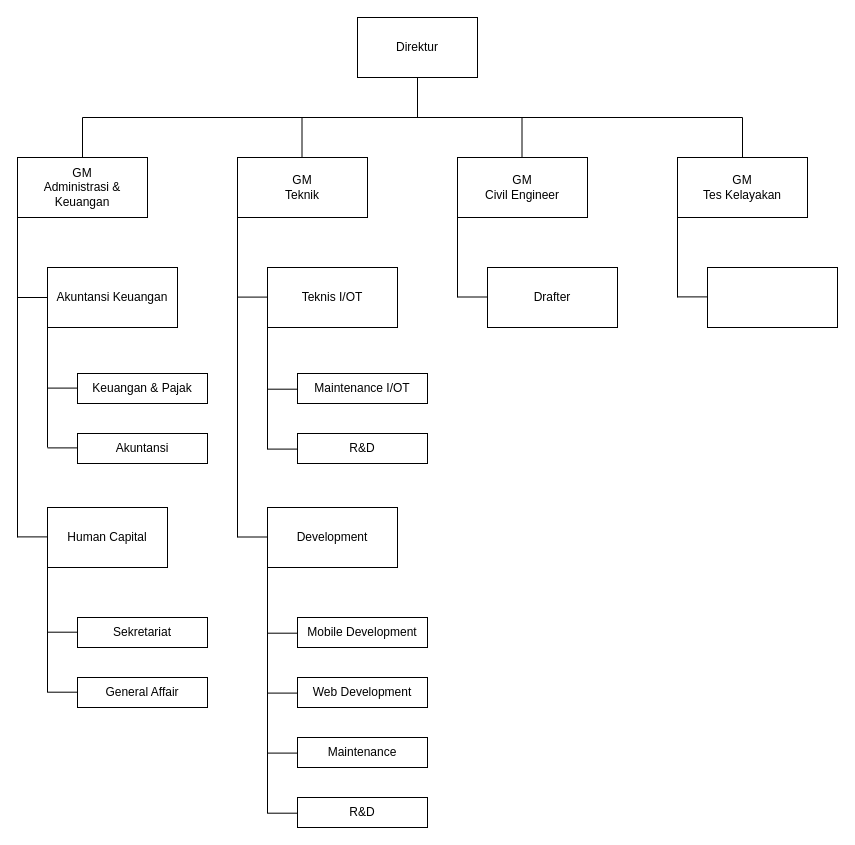
This is Untitled Dgram.drawio from farhanmz/GOLANG, a draw.io file, before an edit. Source tidied: cells renumbered, new cells numbered last; positions are measured from the earlier drawing's top-left corner, leaving out a move shared by most shapes. Both pictures are drawn from the tidied source at 100%, with x=0, y=0 at pixel (17, 17).
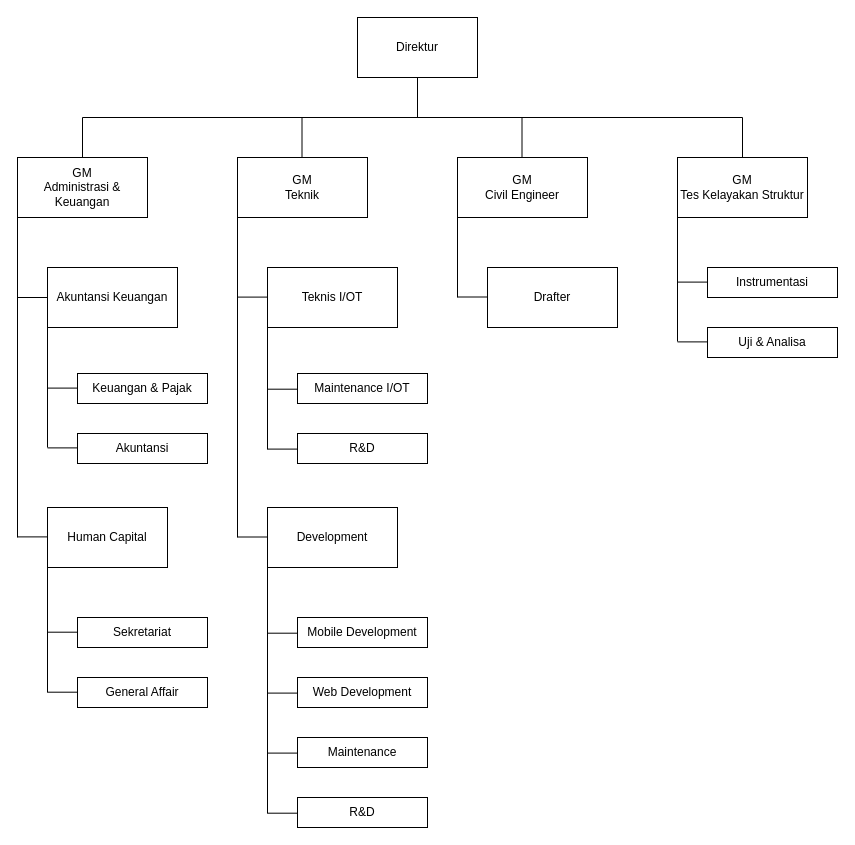
The same diagram, later.

The edit, as a diff of the source:
```diff
@@
-    <mxCell id="5" value="&lt;font style=&quot;font-size: 12px;&quot;&gt;GM&lt;br&gt;Tes Kelayakan&lt;/font&gt;" style="rounded=0;whiteSpace=wrap;html=1;" parent="1" vertex="1">
+    <mxCell id="5" value="&lt;font style=&quot;font-size: 12px;&quot;&gt;GM&lt;br&gt;Tes Kelayakan Struktur&lt;/font&gt;" style="rounded=0;whiteSpace=wrap;html=1;" parent="1" vertex="1">
       <mxGeometry x="660" y="140" width="130" height="60" as="geometry" />
     </mxCell>
@@
-    <mxCell id="44" style="rounded=0;whiteSpace=wrap;html=1;" parent="1" vertex="1">
-      <mxGeometry x="690" y="250" width="130" height="60" as="geometry" />
-    </mxCell>
@@
-    <mxCell id="47" style="endArrow=none;html=1;rounded=0;entryX=0;entryY=1;entryDx=0;entryDy=0;" parent="1" edge="1">
+    <mxCell id="47" style="endArrow=none;html=1;rounded=0;entryX=0;entryY=1;entryDx=0;entryDy=0;" parent="1" edge="1" target="5">
       <mxGeometry relative="1" as="geometry">
-        <mxPoint x="660" y="280" as="sourcePoint" />
-        <mxPoint x="660" y="200" as="targetPoint" />
+        <mxPoint x="660" y="324" as="sourcePoint" />
       </mxGeometry>
     </mxCell>
     <mxCell id="48" style="endArrow=none;html=1;rounded=0;entryX=0;entryY=0.5;entryDx=0;entryDy=0;" parent="1" edge="1">
       <mxGeometry relative="1" as="geometry">
-        <mxPoint x="660" y="279.4" as="sourcePoint" />
-        <mxPoint x="690" y="279.4" as="targetPoint" />
+        <mxPoint x="660" y="264.6" as="sourcePoint" />
+        <mxPoint x="690" y="264.6" as="targetPoint" />
       </mxGeometry>
     </mxCell>
@@
+    <mxCell id="53" value="&lt;font style=&quot;font-size: 12px;&quot;&gt;Instrumentasi&lt;/font&gt;" style="rounded=0;whiteSpace=wrap;html=1;" parent="1" vertex="1">
+      <mxGeometry x="690" y="250" width="130" height="30" as="geometry" />
+    </mxCell>
+    <mxCell id="54" value="&lt;font style=&quot;font-size: 12px;&quot;&gt;Uji &amp;amp; Analisa&lt;/font&gt;" style="rounded=0;whiteSpace=wrap;html=1;" parent="1" vertex="1">
+      <mxGeometry x="690" y="310" width="130" height="30" as="geometry" />
+    </mxCell>
+    <mxCell id="55" style="endArrow=none;html=1;rounded=0;entryX=0;entryY=0.5;entryDx=0;entryDy=0;" parent="1" edge="1">
+      <mxGeometry relative="1" as="geometry">
+        <mxPoint x="660" y="324.4" as="sourcePoint" />
+        <mxPoint x="690" y="324.4" as="targetPoint" />
+      </mxGeometry>
+    </mxCell>
```
